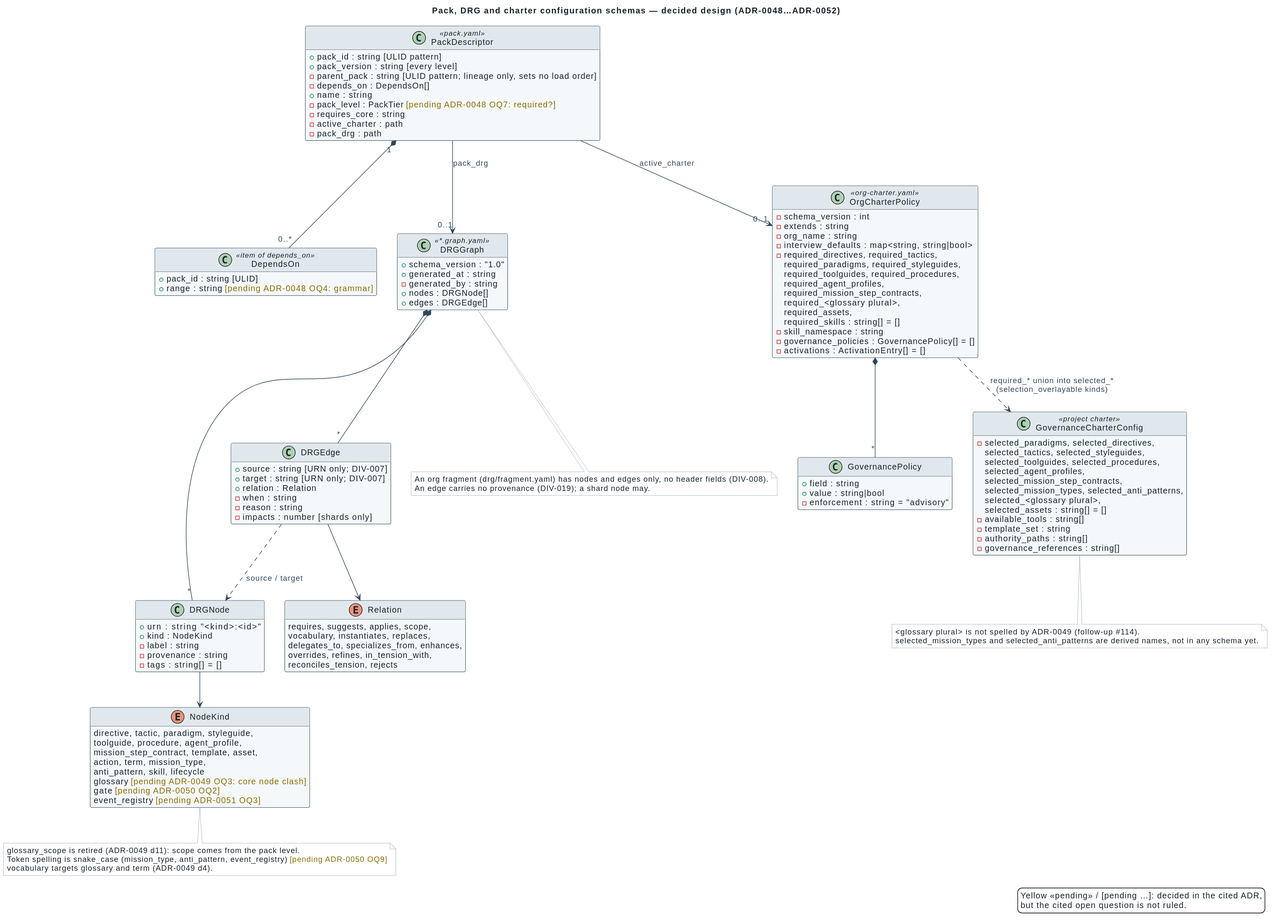
The PlantUML diagram docs/architecture/diagrams/descriptor-governance.svg in spec-kitty/spec-kitty-charter, before a commit.
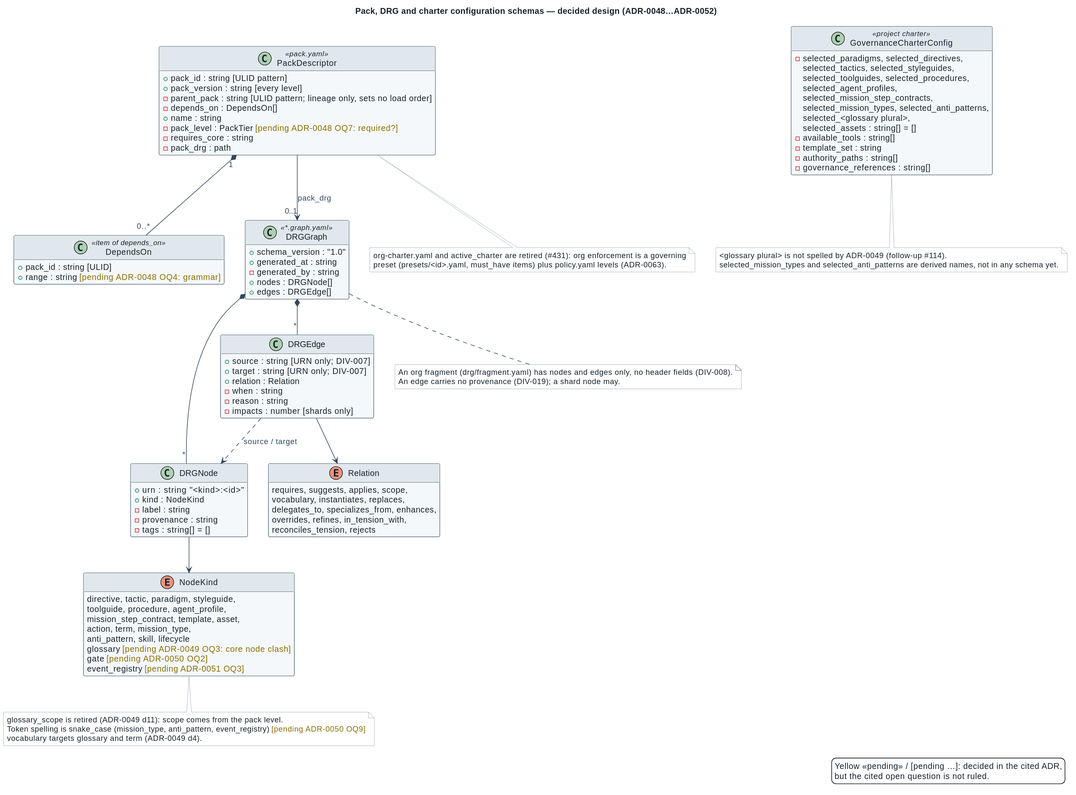
The same file after the commit.

The edit, as a diff of the source:
```diff
@@ -10,7 +10,6 @@
   + name : string
   - pack_level : PackTier <color:#8A6D00>[pending ADR-0048 OQ7: required?]</color>
   - requires_core : string
-  - active_charter : path
   - pack_drg : path
 }
 class DependsOn <<item of depends_on>> {
@@ -56,28 +55,6 @@
   overrides, refines, in_tension_with,
   reconciles_tension, rejects
 }
-class OrgCharterPolicy <<org-charter.yaml>> {
-  - schema_version : int
-  - extends : string
-  - org_name : string
-  - interview_defaults : map<string, string|bool>
-  - required_directives, required_tactics,
-    required_paradigms, required_styleguides,
-    required_toolguides, required_procedures,
-    required_agent_profiles,
-    required_mission_step_contracts,
-    required_<glossary plural>,
-    required_assets,
-    required_skills : string[] = []
-  - skill_namespace : string
-  - governance_policies : GovernancePolicy[] = []
-  - activations : ActivationEntry[] = []
-}
-class GovernancePolicy {
-  + field : string
-  + value : string|bool
-  - enforcement : string = "advisory"
-}
 class GovernanceCharterConfig <<project charter>> {
   - selected_paradigms, selected_directives,
     selected_tactics, selected_styleguides,
@@ -94,18 +71,19 @@
 }
 PackDescriptor "1" *-- "0..*" DependsOn
 PackDescriptor --> "0..1" DRGGraph : pack_drg
-PackDescriptor --> "0..1" OrgCharterPolicy : active_charter
-OrgCharterPolicy *-- "*" GovernancePolicy
 DRGGraph *-- "*" DRGNode
 DRGGraph *-- "*" DRGEdge
 DRGNode --> NodeKind
 DRGEdge --> Relation
 DRGEdge ..> DRGNode : source / target
-OrgCharterPolicy ..> GovernanceCharterConfig : required_* union into selected_*\n(selection_overlayable kinds)
 note bottom of NodeKind
   glossary_scope is retired (ADR-0049 d11): scope comes from the pack level.
   Token spelling is snake_case (mission_type, anti_pattern, event_registry) <color:#8A6D00>[pending ADR-0050 OQ9]</color>
   vocabulary targets glossary and term (ADR-0049 d4).
+end note
+note bottom of PackDescriptor
+  org-charter.yaml and active_charter are retired (#431): org enforcement is a governing
+  preset (presets/<id>.yaml, must_have items) plus policy.yaml levels (ADR-0063).
 end note
 note bottom of GovernanceCharterConfig
   <glossary plural> is not spelled by ADR-0049 (follow-up #114).
```
